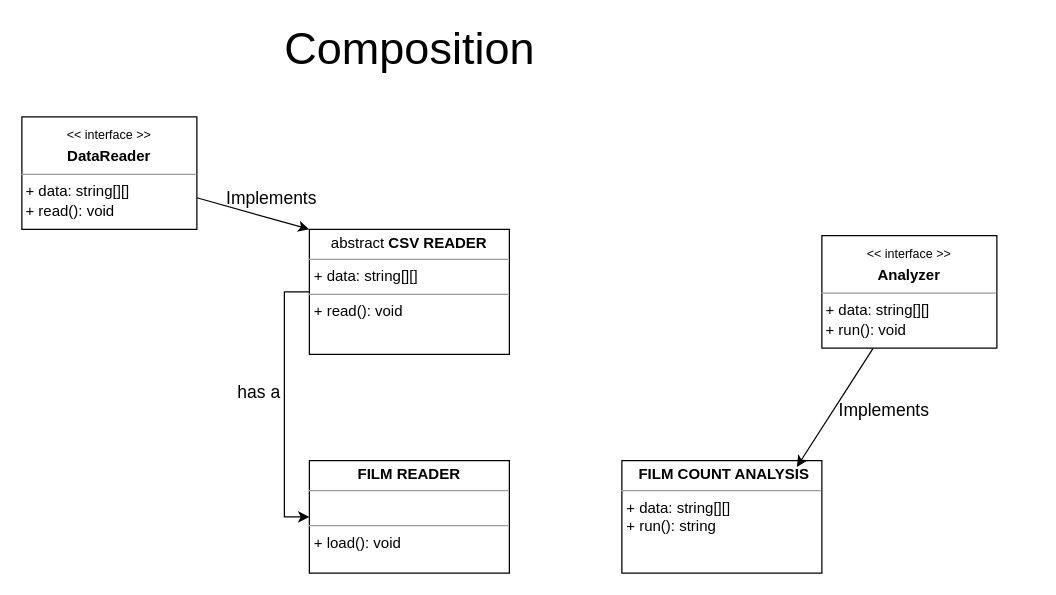
The draw.io diagram page "Page-9" (10 of 12) of sass-explained/Untitled Diagram.drawio in kingsley-ijomah/draw.io, before the edit. Source tidied: cells renumbered, new cells numbered last; positions are measured from the earlier drawing's top-left corner, leaving out a move shared by most shapes. Both pictures are drawn from the tidied source at 125%, with x=0, y=0 at pixel (21, 29).
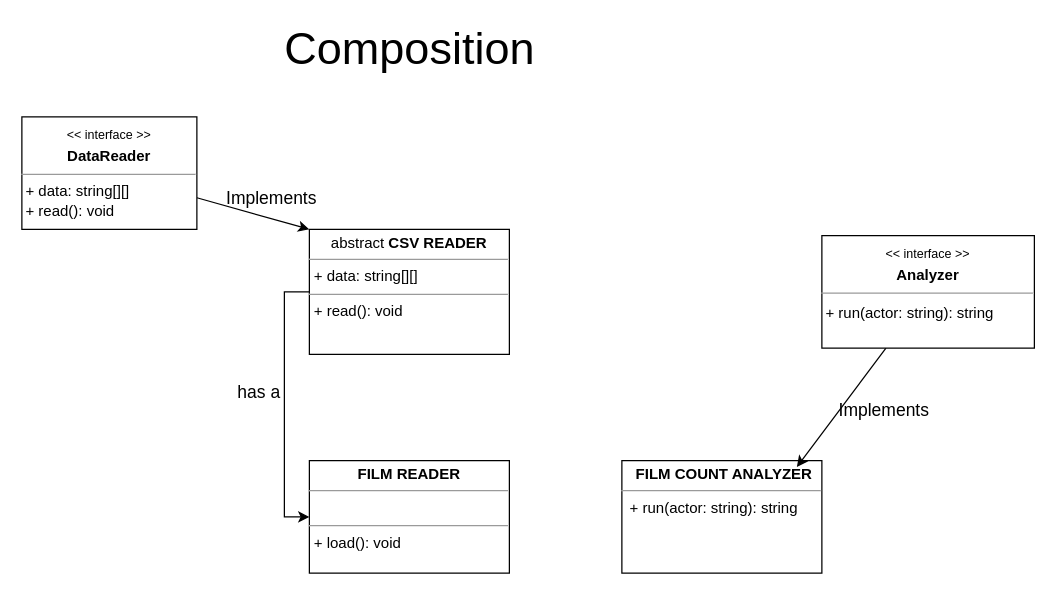
The same page after the edit.

What changed in the source:
```diff
@@
 <mxGraphModel>
   <root>
     <mxCell id="0" />
     <mxCell id="1" parent="0" />
-    <mxCell id="2" value="&lt;p style=&quot;margin: 0px ; margin-top: 4px ; text-align: center&quot;&gt;&lt;/p&gt;&lt;p style=&quot;text-align: center ; margin: 0px 0px 0px 4px&quot;&gt;&lt;b&gt;FILM COUNT ANALYSIS&lt;/b&gt;&lt;/p&gt;&lt;hr size=&quot;1&quot;&gt;&lt;p style=&quot;margin: 0px ; margin-left: 4px&quot;&gt;+ data: string[][]&lt;/p&gt;&lt;p style=&quot;margin: 0px ; margin-left: 4px&quot;&gt;+ run(): string&lt;/p&gt;" style="verticalAlign=top;align=left;overflow=fill;fontSize=12;fontFamily=Helvetica;html=1;" parent="1" vertex="1">
+    <mxCell id="2" value="&lt;p style=&quot;margin: 0px ; margin-top: 4px ; text-align: center&quot;&gt;&lt;/p&gt;&lt;p style=&quot;text-align: center ; margin: 0px 0px 0px 4px&quot;&gt;&lt;b&gt;FILM COUNT ANALYZER&lt;/b&gt;&lt;/p&gt;&lt;hr size=&quot;1&quot;&gt;&amp;nbsp; + run(actor: string): string" style="verticalAlign=top;align=left;overflow=fill;fontSize=12;fontFamily=Helvetica;html=1;" parent="1" vertex="1">
       <mxGeometry x="480" y="345" width="160" height="90" as="geometry" />
     </mxCell>
     <mxCell id="3" value="&lt;font style=&quot;font-size: 36px&quot;&gt;Composition&lt;/font&gt;" style="text;html=1;align=center;verticalAlign=middle;strokeColor=none;fillColor=none;" parent="1" vertex="1">
       <mxGeometry x="200" width="220" height="30" as="geometry" />
     </mxCell>
     <mxCell id="4" style="edgeStyle=none;rounded=0;jettySize=auto;html=1;entryX=0;entryY=0;entryDx=0;entryDy=0;fontSize=14;" parent="1" edge="1" source="5" target="9">
       <mxGeometry relative="1" as="geometry" />
     </mxCell>
     <mxCell id="5" value="&lt;p style=&quot;margin: 0px ; margin-top: 4px ; text-align: center&quot;&gt;&lt;sub&gt;&amp;lt;&amp;lt; interface &amp;gt;&amp;gt;&lt;/sub&gt;&lt;/p&gt;&lt;p style=&quot;margin: 0px ; margin-top: 4px ; text-align: center&quot;&gt;&lt;b&gt;DataReader&lt;/b&gt;&lt;/p&gt;&lt;hr size=&quot;1&quot;&gt;&lt;div style=&quot;height: 2px&quot;&gt;&amp;nbsp;+ data: string[][]&lt;/div&gt;&lt;div style=&quot;height: 2px&quot;&gt;&lt;br&gt;&lt;/div&gt;&lt;div style=&quot;height: 2px&quot;&gt;&lt;br&gt;&lt;/div&gt;&lt;div style=&quot;height: 2px&quot;&gt;&amp;nbsp;&lt;/div&gt;&lt;div style=&quot;height: 2px&quot;&gt;&amp;nbsp;&lt;/div&gt;&lt;div style=&quot;height: 2px&quot;&gt;&lt;br&gt;&lt;/div&gt;&lt;div style=&quot;height: 2px&quot;&gt;&amp;nbsp;&lt;/div&gt;&lt;div style=&quot;height: 2px&quot;&gt;&lt;br&gt;&lt;/div&gt;&lt;div style=&quot;height: 2px&quot;&gt;&amp;nbsp;+ read(): void&lt;/div&gt;&lt;div style=&quot;height: 2px&quot;&gt;&lt;br&gt;&lt;/div&gt;&lt;div style=&quot;height: 2px&quot;&gt;&lt;br&gt;&lt;/div&gt;&lt;div style=&quot;height: 2px&quot;&gt;&lt;br&gt;&lt;/div&gt;" style="verticalAlign=top;align=left;overflow=fill;fontSize=12;fontFamily=Helvetica;html=1;" parent="1" vertex="1">
       <mxGeometry y="70" width="140" height="90" as="geometry" />
     </mxCell>
     <mxCell id="6" value="&lt;p style=&quot;margin: 0px ; margin-top: 4px ; text-align: center&quot;&gt;&lt;b&gt;FILM READER&lt;/b&gt;&lt;/p&gt;&lt;hr size=&quot;1&quot;&gt;&lt;p style=&quot;margin: 0px ; margin-left: 4px&quot;&gt;&lt;br&gt;&lt;/p&gt;&lt;hr size=&quot;1&quot;&gt;&lt;p style=&quot;margin: 0px ; margin-left: 4px&quot;&gt;+ load(): void&lt;/p&gt;" style="verticalAlign=top;align=left;overflow=fill;fontSize=12;fontFamily=Helvetica;html=1;" parent="1" vertex="1">
       <mxGeometry x="230" y="345" width="160" height="90" as="geometry" />
     </mxCell>
     <mxCell id="7" value="Implements" style="text;html=1;strokeColor=none;fillColor=none;align=center;verticalAlign=middle;whiteSpace=wrap;rounded=0;fontSize=14;" parent="1" vertex="1">
       <mxGeometry x="170" y="120" width="60" height="30" as="geometry" />
     </mxCell>
     <mxCell id="8" style="edgeStyle=orthogonalEdgeStyle;rounded=0;jettySize=auto;html=1;exitX=0;exitY=0.5;exitDx=0;exitDy=0;entryX=0;entryY=0.5;entryDx=0;entryDy=0;fontSize=14;" parent="1" edge="1" source="9" target="6">
       <mxGeometry relative="1" as="geometry" />
     </mxCell>
     <mxCell id="9" value="&lt;p style=&quot;margin: 0px ; margin-top: 4px ; text-align: center&quot;&gt;abstract&lt;b&gt; CSV READER&lt;/b&gt;&lt;/p&gt;&lt;hr size=&quot;1&quot;&gt;&lt;p style=&quot;margin: 0px ; margin-left: 4px&quot;&gt;+ data: string[][]&lt;/p&gt;&lt;hr size=&quot;1&quot;&gt;&lt;p style=&quot;margin: 0px ; margin-left: 4px&quot;&gt;+ read(): void&lt;/p&gt;" style="verticalAlign=top;align=left;overflow=fill;fontSize=12;fontFamily=Helvetica;html=1;" parent="1" vertex="1">
       <mxGeometry x="230" y="160" width="160" height="100" as="geometry" />
     </mxCell>
     <mxCell id="10" value="has a" style="text;html=1;strokeColor=none;fillColor=none;align=center;verticalAlign=middle;whiteSpace=wrap;rounded=0;fontSize=14;" parent="1" vertex="1">
       <mxGeometry x="160" y="275" width="60" height="30" as="geometry" />
     </mxCell>
     <mxCell id="11" style="edgeStyle=none;rounded=0;jettySize=auto;html=1;entryX=0.875;entryY=0.056;entryDx=0;entryDy=0;entryPerimeter=0;fontSize=14;" parent="1" edge="1" source="12" target="2">
       <mxGeometry relative="1" as="geometry" />
     </mxCell>
-    <mxCell id="12" value="&lt;p style=&quot;margin: 0px ; margin-top: 4px ; text-align: center&quot;&gt;&lt;sub&gt;&amp;lt;&amp;lt; interface &amp;gt;&amp;gt;&lt;/sub&gt;&lt;/p&gt;&lt;p style=&quot;margin: 0px ; margin-top: 4px ; text-align: center&quot;&gt;&lt;b&gt;Analyzer&lt;/b&gt;&lt;/p&gt;&lt;hr size=&quot;1&quot;&gt;&lt;div style=&quot;height: 2px&quot;&gt;&amp;nbsp;+ data: string[][]&lt;/div&gt;&lt;div style=&quot;height: 2px&quot;&gt;&lt;br&gt;&lt;/div&gt;&lt;div style=&quot;height: 2px&quot;&gt;&lt;br&gt;&lt;/div&gt;&lt;div style=&quot;height: 2px&quot;&gt;&amp;nbsp;&lt;/div&gt;&lt;div style=&quot;height: 2px&quot;&gt;&amp;nbsp;&lt;/div&gt;&lt;div style=&quot;height: 2px&quot;&gt;&lt;br&gt;&lt;/div&gt;&lt;div style=&quot;height: 2px&quot;&gt;&amp;nbsp;&lt;/div&gt;&lt;div style=&quot;height: 2px&quot;&gt;&lt;br&gt;&lt;/div&gt;&lt;div style=&quot;height: 2px&quot;&gt;&amp;nbsp;+ run(): void&lt;/div&gt;&lt;div style=&quot;height: 2px&quot;&gt;&lt;br&gt;&lt;/div&gt;&lt;div style=&quot;height: 2px&quot;&gt;&lt;br&gt;&lt;/div&gt;&lt;div style=&quot;height: 2px&quot;&gt;&lt;br&gt;&lt;/div&gt;" style="verticalAlign=top;align=left;overflow=fill;fontSize=12;fontFamily=Helvetica;html=1;" parent="1" vertex="1">
-      <mxGeometry x="640" y="165" width="140" height="90" as="geometry" />
+    <mxCell id="12" value="&lt;p style=&quot;margin: 0px ; margin-top: 4px ; text-align: center&quot;&gt;&lt;sub&gt;&amp;lt;&amp;lt; interface &amp;gt;&amp;gt;&lt;/sub&gt;&lt;/p&gt;&lt;p style=&quot;margin: 0px ; margin-top: 4px ; text-align: center&quot;&gt;&lt;b&gt;Analyzer&lt;/b&gt;&lt;/p&gt;&lt;hr size=&quot;1&quot;&gt;&lt;div style=&quot;height: 2px&quot;&gt;&lt;br&gt;&lt;/div&gt;&lt;div style=&quot;height: 2px&quot;&gt;&amp;nbsp;+ run(actor: string): string&lt;/div&gt;&lt;div style=&quot;height: 2px&quot;&gt;&lt;br&gt;&lt;/div&gt;&lt;div style=&quot;height: 2px&quot;&gt;&lt;br&gt;&lt;/div&gt;&lt;div style=&quot;height: 2px&quot;&gt;&lt;br&gt;&lt;/div&gt;" style="verticalAlign=top;align=left;overflow=fill;fontSize=12;fontFamily=Helvetica;html=1;" parent="1" vertex="1">
+      <mxGeometry x="640" y="165" width="170" height="90" as="geometry" />
     </mxCell>
     <mxCell id="13" value="Implements" style="text;html=1;strokeColor=none;fillColor=none;align=center;verticalAlign=middle;whiteSpace=wrap;rounded=0;fontSize=14;" parent="1" vertex="1">
       <mxGeometry x="660" y="290" width="60" height="30" as="geometry" />
     </mxCell>
   </root>
 </mxGraphModel>
```
